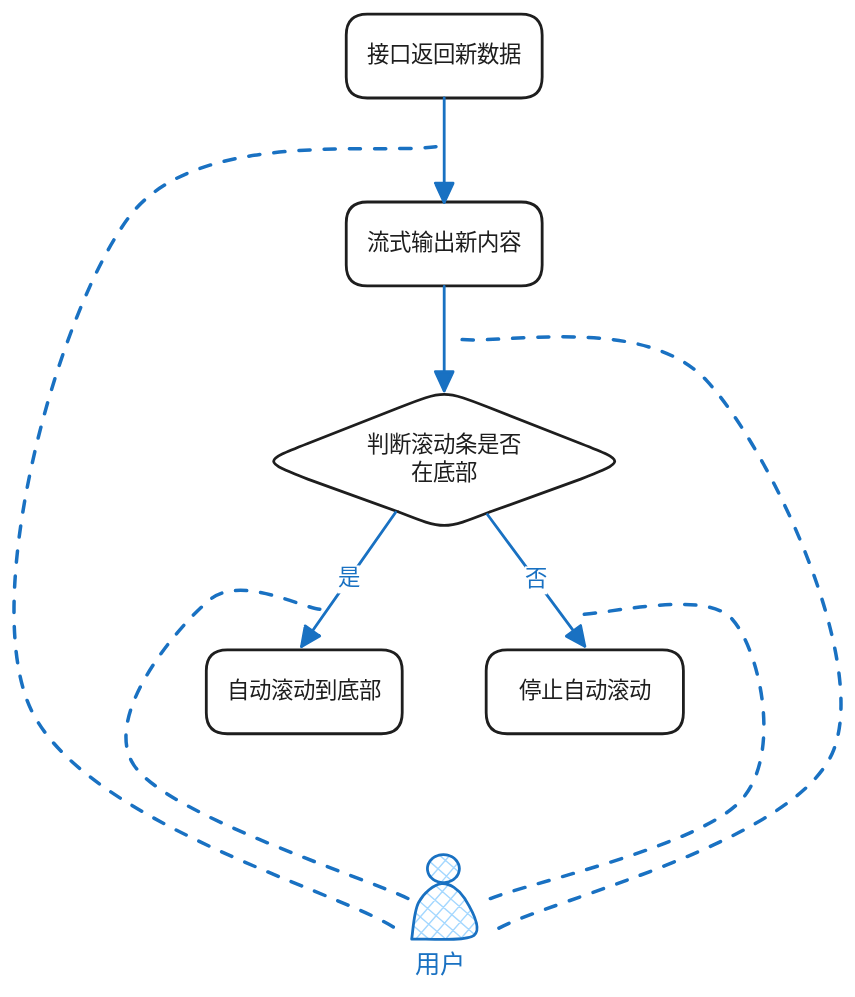
This is source/_posts/2025/11/流式加载下的滚动体验优化/flow2.excalidraw.svg from showlotus/showlotus.github.io, a Excalidraw export, as it was before one commit. Source tidied: one line per element, renumbered; positions are measured from the earlier drawing's top-left corner, leaving out a move shared by most shapes.
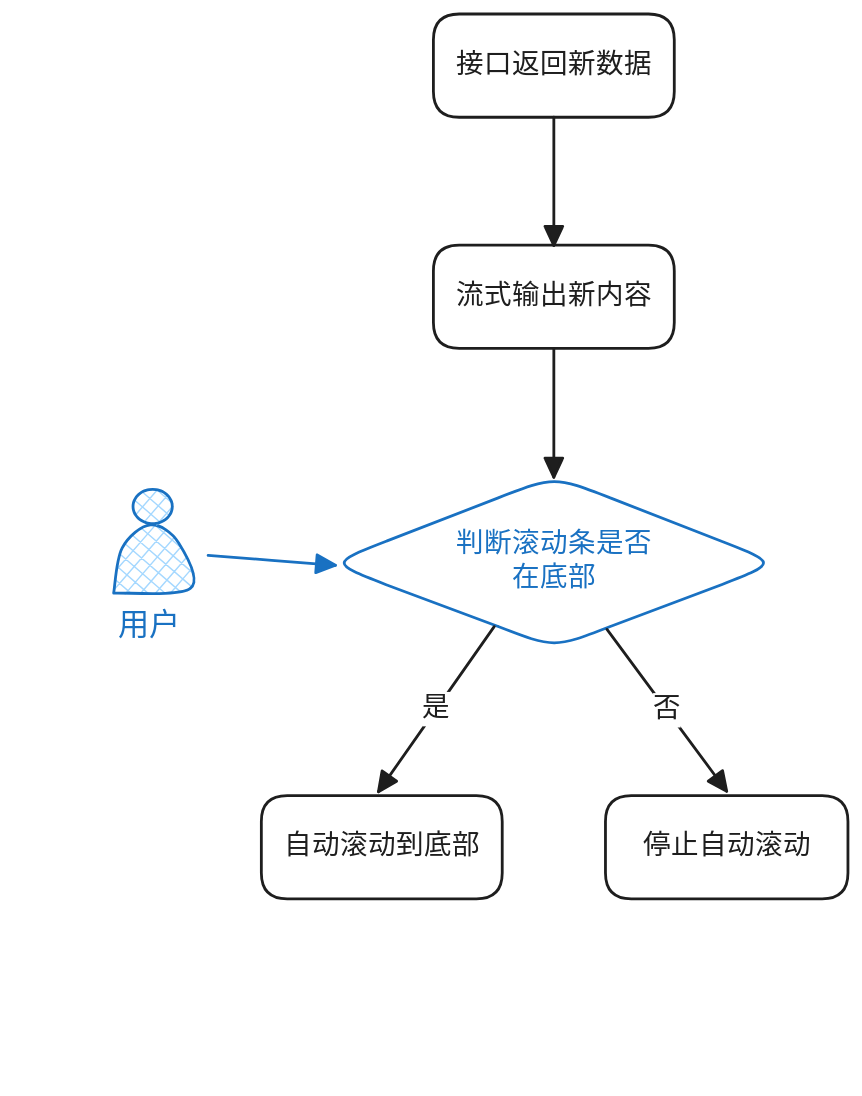
Later version of the same file.

Diff of the diagram source:
```diff
@@ -1,23 +1,20 @@
-{"id": 0, "type": "rectangle", "strokeColor": "#1e1e1e", "strokeWidth": 2, "roughness": 0, "round": true, "x": 227, "y": 134, "width": 140, "height": 60}
+{"id": 0, "type": "rectangle", "strokeColor": "#1e1e1e", "strokeWidth": 2, "roughness": 0, "round": true, "x": 289, "y": 56, "width": 172, "height": 74}
-{"id": 1, "type": "text", "text": "流式输出新内容", "strokeColor": "#1e1e1e", "strokeWidth": 2, "roughness": 0, "fontSize": 16, "fontFamily": 5, "textAlign": "center", "verticalAlign": "middle", "inside": 0, "x": 241, "y": 154, "width": 112, "height": 20}
+{"id": 1, "type": "text", "text": "流式输出新内容", "strokeColor": "#1e1e1e", "strokeWidth": 2, "roughness": 0, "fontSize": 19.66, "fontFamily": 5, "textAlign": "center", "verticalAlign": "middle", "inside": 0, "x": 307, "y": 80, "width": 138, "height": 25}
-{"id": 2, "type": "rectangle", "strokeColor": "#1e1e1e", "strokeWidth": 2, "roughness": 0, "round": true, "x": 227, "y": 0, "width": 140, "height": 60}
+{"id": 2, "type": "rectangle", "strokeColor": "#1e1e1e", "strokeWidth": 2, "roughness": 0, "round": true, "x": 289, "y": -109, "width": 172, "height": 74}
-{"id": 3, "type": "text", "text": "接口返回新数据", "strokeColor": "#1e1e1e", "strokeWidth": 2, "roughness": 0, "fontSize": 16, "fontFamily": 5, "textAlign": "center", "verticalAlign": "middle", "inside": 2, "x": 241, "y": 20, "width": 112, "height": 20}
+{"id": 3, "type": "text", "text": "接口返回新数据", "strokeColor": "#1e1e1e", "strokeWidth": 2, "roughness": 0, "fontSize": 19.66, "fontFamily": 5, "textAlign": "center", "verticalAlign": "middle", "inside": 2, "x": 307, "y": -85, "width": 138, "height": 25}
-{"id": 4, "type": "rectangle", "strokeColor": "#1e1e1e", "strokeWidth": 2, "roughness": 0, "round": true, "x": 127, "y": 454, "width": 140, "height": 60}
+{"id": 4, "type": "rectangle", "strokeColor": "#1e1e1e", "strokeWidth": 2, "roughness": 0, "round": true, "x": 167, "y": 449, "width": 172, "height": 74}
-{"id": 5, "type": "text", "text": "自动滚动到底部", "strokeColor": "#1e1e1e", "strokeWidth": 2, "roughness": 0, "fontSize": 16, "fontFamily": 5, "textAlign": "center", "verticalAlign": "middle", "inside": 4, "x": 141, "y": 474, "width": 112, "height": 20}
+{"id": 5, "type": "text", "text": "自动滚动到底部", "strokeColor": "#1e1e1e", "strokeWidth": 2, "roughness": 0, "fontSize": 19.66, "fontFamily": 5, "textAlign": "center", "verticalAlign": "middle", "inside": 4, "x": 184, "y": 473, "width": 138, "height": 25}
-{"id": 6, "type": "rectangle", "strokeColor": "#1e1e1e", "strokeWidth": 2, "roughness": 0, "round": true, "x": 327, "y": 454, "width": 141, "height": 60}
+{"id": 6, "type": "rectangle", "strokeColor": "#1e1e1e", "strokeWidth": 2, "roughness": 0, "round": true, "x": 412, "y": 449, "width": 173, "height": 74}
-{"id": 7, "type": "text", "text": "停止自动滚动", "strokeColor": "#1e1e1e", "strokeWidth": 2, "roughness": 0, "fontSize": 16, "fontFamily": 5, "textAlign": "center", "verticalAlign": "middle", "inside": 6, "x": 350, "y": 474, "width": 96, "height": 20}
+{"id": 7, "type": "text", "text": "停止自动滚动", "strokeColor": "#1e1e1e", "strokeWidth": 2, "roughness": 0, "fontSize": 19.66, "fontFamily": 5, "textAlign": "center", "verticalAlign": "middle", "inside": 6, "x": 440, "y": 473, "width": 118, "height": 25}
-{"id": 8, "type": "diamond", "strokeColor": "#1e1e1e", "strokeWidth": 2, "roughness": 0, "round": true, "x": 167, "y": 269, "width": 260, "height": 100}
+{"id": 8, "type": "diamond", "strokeColor": "#1971c2", "strokeWidth": 2, "roughness": 0, "round": true, "x": 216, "y": 221, "width": 319, "height": 123}
-{"id": 9, "type": "text", "text": "判断滚动条是否\n在底部", "strokeColor": "#1e1e1e", "strokeWidth": 2, "roughness": 1, "fontSize": 16, "fontFamily": 5, "textAlign": "center", "verticalAlign": "middle", "inside": 8, "x": 241, "y": 299, "width": 112, "height": 40}
+{"id": 9, "type": "text", "text": "判断滚动条是否\n在底部", "strokeColor": "#1971c2", "strokeWidth": 2, "roughness": 1, "fontSize": 19.66, "fontFamily": 5, "textAlign": "center", "verticalAlign": "middle", "inside": 8, "x": 307, "y": 257, "width": 138, "height": 49}
-{"id": 10, "type": "arrow", "strokeColor": "#1971c2", "strokeWidth": 2, "roughness": 0, "endArrowhead": "triangle", "round": true, "from": 0, "to": 8, "x": 297, "y": 195, "width": 0, "height": 75, "points": [[0, 0], [0, 75]]}
+{"id": 10, "type": "arrow", "strokeColor": "#1e1e1e", "strokeWidth": 2, "roughness": 0, "endArrowhead": "triangle", "round": true, "from": 0, "to": 8, "x": 375, "y": 130, "width": 0, "height": 92, "points": [[0, 0], [0, 92]]}
-{"id": 11, "type": "arrow", "strokeColor": "#1971c2", "strokeWidth": 2, "roughness": 0, "endArrowhead": "triangle", "round": true, "x": 297, "y": 60, "width": 0, "height": 75, "points": [[0, 0], [0, 75]]}
+{"id": 11, "type": "arrow", "strokeColor": "#1e1e1e", "strokeWidth": 2, "roughness": 0, "endArrowhead": "triangle", "round": true, "x": 375, "y": -36, "width": 0, "height": 92, "points": [[0, 0], [0, 92]]}
-{"id": 12, "type": "arrow", "strokeColor": "#1971c2", "strokeWidth": 2, "roughness": 0, "endArrowhead": "triangle", "round": true, "from": 8, "to": 4, "x": 263, "y": 356, "width": 67, "height": 96, "points": [[0, 0], [-67, 96]]}
+{"id": 12, "type": "arrow", "strokeColor": "#1e1e1e", "strokeWidth": 2, "roughness": 0, "endArrowhead": "triangle", "round": true, "from": 8, "to": 4, "x": 333, "y": 328, "width": 83, "height": 118, "points": [[0, 0], [-83, 118]]}
-{"id": 13, "type": "text", "text": "是", "strokeColor": "#1971c2", "strokeWidth": 2, "roughness": 0, "fontSize": 16, "fontFamily": 5, "textAlign": "center", "verticalAlign": "middle", "inside": 12, "x": 289, "y": 414, "width": 16, "height": 20}
+{"id": 13, "type": "text", "text": "是", "strokeColor": "#1e1e1e", "strokeWidth": 2, "roughness": 0, "fontSize": 19.66, "fontFamily": 5, "textAlign": "center", "verticalAlign": "middle", "inside": 12, "x": 289, "y": 414, "width": 20, "height": 25}
-{"id": 14, "type": "arrow", "strokeColor": "#1971c2", "strokeWidth": 2, "roughness": 0, "endArrowhead": "triangle", "round": true, "from": 8, "to": 6, "x": 328, "y": 358, "width": 70, "height": 94, "points": [[0, 0], [70, 94]]}
+{"id": 14, "type": "arrow", "strokeColor": "#1e1e1e", "strokeWidth": 2, "roughness": 0, "endArrowhead": "triangle", "round": true, "from": 8, "to": 6, "x": 413, "y": 330, "width": 85, "height": 116, "points": [[0, 0], [85, 116]]}
-{"id": 15, "type": "text", "text": "否", "strokeColor": "#1971c2", "strokeWidth": 2, "roughness": 0, "fontSize": 16, "fontFamily": 5, "textAlign": "center", "verticalAlign": "middle", "inside": 14, "x": 465, "y": 313, "width": 16, "height": 20}
+{"id": 15, "type": "text", "text": "否", "strokeColor": "#1e1e1e", "strokeWidth": 2, "roughness": 0, "fontSize": 19.66, "fontFamily": 5, "textAlign": "center", "verticalAlign": "middle", "inside": 14, "x": 465, "y": 313, "width": 20, "height": 25}
-{"id": 16, "type": "text", "text": "用户", "strokeColor": "#1971c2", "backgroundColor": "#a5d8ff", "fillStyle": "solid", "strokeWidth": 1, "roughness": 0, "fontSize": 18.09, "fontFamily": 8, "x": 277, "y": 670, "width": 37, "height": 23}
+{"id": 16, "type": "text", "text": "用户", "strokeColor": "#1971c2", "backgroundColor": "#a5d8ff", "fillStyle": "solid", "strokeWidth": 1, "roughness": 0, "fontSize": 22.22, "fontFamily": 8, "x": 64, "y": 315, "width": 45, "height": 28}
-{"id": 17, "type": "line", "strokeColor": "#1971c2", "backgroundColor": "#a5d8ff", "fillStyle": "cross-hatch", "strokeWidth": 2, "roughness": 0, "round": true, "x": 274, "y": 661, "width": 45, "height": 40, "points": [[0, 0], [5, -26], [21, -40], [38, -29], [45, -3], [0, 0]]}
+{"id": 17, "type": "line", "strokeColor": "#1971c2", "backgroundColor": "#a5d8ff", "fillStyle": "cross-hatch", "strokeWidth": 2, "roughness": 0, "round": true, "x": 61, "y": 304, "width": 55, "height": 49, "points": [[0, 0], [6, -32], [26, -49], [46, -36], [55, -3], [0, 0]]}
-{"id": 18, "type": "ellipse", "strokeColor": "#1971c2", "backgroundColor": "#a5d8ff", "fillStyle": "cross-hatch", "strokeWidth": 2, "roughness": 0, "x": 285, "y": 601, "width": 23, "height": 20}
+{"id": 18, "type": "ellipse", "strokeColor": "#1971c2", "backgroundColor": "#a5d8ff", "fillStyle": "cross-hatch", "strokeWidth": 2, "roughness": 0, "x": 75, "y": 230, "width": 28, "height": 25}
-{"id": 19, "type": "line", "strokeColor": "#1971c2", "backgroundColor": "#a5d8ff", "fillStyle": "solid", "strokeWidth": 2, "strokeStyle": "dashed", "roughness": 1, "round": true, "x": 329, "y": 633, "width": 180, "height": 204, "points": [[0, 0], [180, -72], [173, -201], [61, -204]]}
-{"id": 20, "type": "line", "strokeColor": "#1971c2", "backgroundColor": "#a5d8ff", "fillStyle": "solid", "strokeWidth": 2, "strokeStyle": "dashed", "roughness": 1, "round": true, "x": 271, "y": 632, "width": 196, "height": 212, "points": [[0, 0], [-196, -94], [-141, -212], [-63, -207]]}
-{"id": 21, "type": "line", "strokeColor": "#1971c2", "backgroundColor": "#a5d8ff", "fillStyle": "solid", "strokeWidth": 2, "strokeStyle": "dashed", "roughness": 1, "round": true, "x": 337, "y": 652, "width": 269, "height": 421, "points": [[0, 0], [239, -127], [149, -389], [-30, -421]]}
-{"id": 22, "type": "line", "strokeColor": "#1971c2", "backgroundColor": "#a5d8ff", "fillStyle": "solid", "strokeWidth": 2, "strokeStyle": "dashed", "roughness": 1, "round": true, "x": 261, "y": 653, "width": 297, "height": 558, "points": [[0, 0], [-261, -164], [-188, -508], [36, -558]]}
+{"id": 23, "type": "arrow", "strokeColor": "#1971c2", "strokeWidth": 2, "roughness": 0, "endArrowhead": "triangle", "round": true, "to": 8, "x": 129, "y": 277, "width": 91, "height": 7, "points": [[0, 0], [91, 7]]}
```
